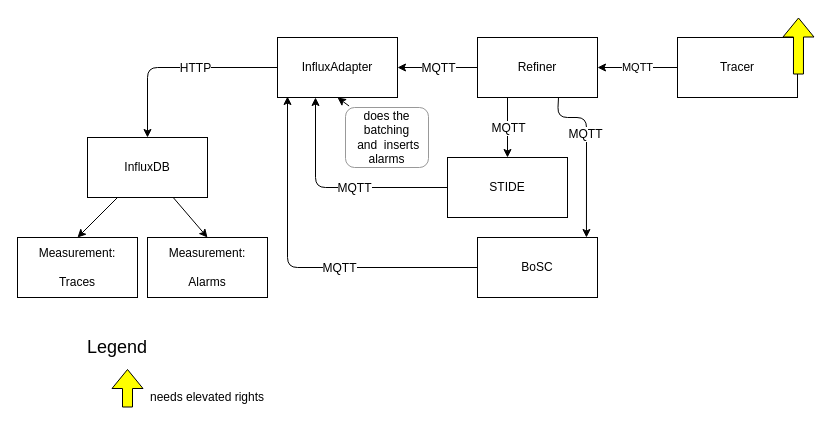
This is rsrcs/hierarchy.drawio from SiegelDaniel/MQTT-IDS-Influx, a draw.io file, before an edit. Source tidied: cells renumbered, new cells numbered last; positions are measured from the earlier drawing's top-left corner, leaving out a move shared by most shapes. Both pictures are drawn from the tidied source at 100%, with x=0, y=0 at pixel (17, 17).
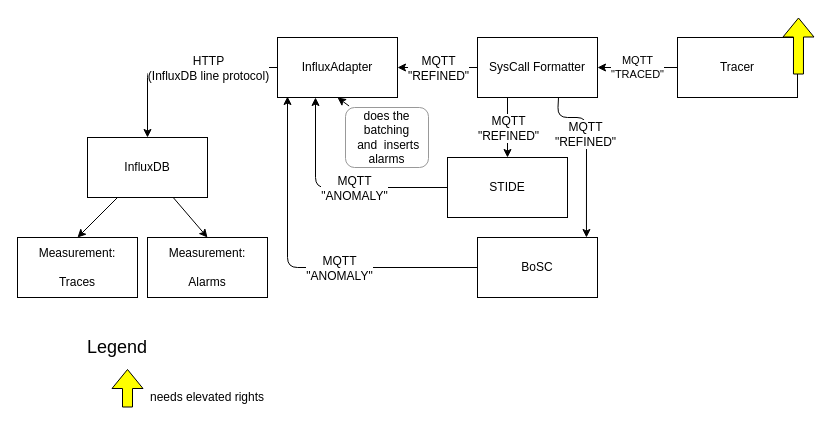
The same diagram, later.

Unchanged cells that the change refers to:
```xml
<mxCell id="4" value="Tracer" style="rounded=0;whiteSpace=wrap;html=1;" parent="1" vertex="1">
  <mxGeometry x="660" y="20" width="120" height="60" as="geometry" />
</mxCell>
<mxCell id="8" style="endArrow=classic;html=1;entryX=1;entryY=0.5;entryDx=0;entryDy=0;" parent="1" edge="1" source="5" target="6">
  <mxGeometry relative="1" as="geometry" />
</mxCell>
<mxCell id="10" style="endArrow=classic;html=1;entryX=0.5;entryY=0;entryDx=0;entryDy=0;" parent="1" edge="1" source="6" target="2">
  <mxGeometry relative="1" as="geometry">
    <Array as="points">
      <mxPoint x="130" y="50" />
    </Array>
  </mxGeometry>
</mxCell>
<mxCell id="13" style="endArrow=classic;html=1;entryX=0.5;entryY=0;entryDx=0;entryDy=0;exitX=0.25;exitY=1;exitDx=0;exitDy=0;" parent="1" edge="1" source="5" target="12">
  <mxGeometry relative="1" as="geometry" />
</mxCell>
<mxCell id="21" style="endArrow=classic;html=1;exitX=0;exitY=0.5;exitDx=0;exitDy=0;" parent="1" edge="1" source="12">
  <mxGeometry relative="1" as="geometry">
    <mxPoint x="298" y="80" as="targetPoint" />
    <Array as="points">
      <mxPoint x="298" y="170" />
    </Array>
  </mxGeometry>
</mxCell>
<mxCell id="24" style="endArrow=classic;html=1;entryX=0.908;entryY=0;entryDx=0;entryDy=0;entryPerimeter=0;exitX=0.675;exitY=1;exitDx=0;exitDy=0;exitPerimeter=0;" parent="1" edge="1" source="5" target="23">
  <mxGeometry relative="1" as="geometry">
    <Array as="points">
      <mxPoint x="540" y="100" />
      <mxPoint x="569" y="100" />
    </Array>
  </mxGeometry>
</mxCell>
<mxCell id="26" style="endArrow=classic;html=1;" parent="1" edge="1" source="23">
  <mxGeometry relative="1" as="geometry">
    <mxPoint x="270" y="79" as="targetPoint" />
    <Array as="points">
      <mxPoint x="270" y="250" />
    </Array>
  </mxGeometry>
</mxCell>
```

What changed in the source:
```diff
@@
-    <mxCell id="5" value="&lt;div&gt;Refiner&lt;/div&gt;" style="rounded=0;whiteSpace=wrap;html=1;" parent="1" vertex="1">
+    <mxCell id="5" value="SysCall Formatter" style="rounded=0;whiteSpace=wrap;html=1;" parent="1" vertex="1">
       <mxGeometry x="460" y="20" width="120" height="60" as="geometry" />
     </mxCell>
@@
-    <mxCell id="7" value="MQTT" style="endArrow=classic;html=1;entryX=1;entryY=0.5;entryDx=0;entryDy=0;" parent="1" edge="1" source="4" target="5">
+    <mxCell id="7" value="MQTT&lt;br&gt;&quot;TRACED&quot;" style="endArrow=classic;html=1;entryX=1;entryY=0.5;entryDx=0;entryDy=0;" parent="1" edge="1" source="4" target="5">
       <mxGeometry relative="1" as="geometry" />
     </mxCell>
@@
-    <mxCell id="9" value="MQTT" style="text;html=1;align=center;verticalAlign=middle;labelBackgroundColor=#ffffff;" parent="8" vertex="1">
-      <mxGeometry x="-0.28" relative="1" as="geometry">
-        <mxPoint x="-11" as="offset" />
-      </mxGeometry>
-    </mxCell>
@@
-    <mxCell id="11" value="HTTP" style="text;html=1;align=center;verticalAlign=middle;labelBackgroundColor=#ffffff;" parent="10" vertex="1">
+    <mxCell id="11" value="HTTP&lt;br&gt;(InfluxDB line protocol)" style="text;html=1;align=center;verticalAlign=middle;labelBackgroundColor=#ffffff;" parent="10" vertex="1">
       <mxGeometry x="-0.26" y="3" relative="1" as="geometry">
-        <mxPoint x="-9" y="-3" as="offset" />
+        <mxPoint x="4" y="-3" as="offset" />
       </mxGeometry>
     </mxCell>
@@
-    <mxCell id="14" value="MQTT" style="text;html=1;align=center;verticalAlign=middle;labelBackgroundColor=#ffffff;" parent="13" vertex="1">
-      <mxGeometry x="-0.28" relative="1" as="geometry">
-        <mxPoint y="8" as="offset" />
-      </mxGeometry>
-    </mxCell>
@@
-    <mxCell id="22" value="MQTT" style="text;html=1;align=center;verticalAlign=middle;labelBackgroundColor=#ffffff;" parent="21" vertex="1">
+    <mxCell id="22" value="MQTT&lt;br&gt;&quot;ANOMALY&quot;" style="text;html=1;align=center;verticalAlign=middle;labelBackgroundColor=#ffffff;" parent="21" vertex="1">
       <mxGeometry x="-0.18" y="3" relative="1" as="geometry">
         <mxPoint x="-3" y="-3" as="offset" />
       </mxGeometry>
     </mxCell>
@@
-    <mxCell id="25" value="MQTT" style="text;html=1;align=center;verticalAlign=middle;labelBackgroundColor=#ffffff;" parent="24" vertex="1">
+    <mxCell id="25" value="MQTT&lt;br&gt;&quot;REFINED&quot;" style="text;html=1;align=center;verticalAlign=middle;labelBackgroundColor=#ffffff;" parent="24" vertex="1">
       <mxGeometry x="-0.22" y="-1" relative="1" as="geometry" />
     </mxCell>
@@
-    <mxCell id="27" value="MQTT" style="text;html=1;align=center;verticalAlign=middle;labelBackgroundColor=#ffffff;" parent="26" vertex="1">
+    <mxCell id="27" value="MQTT &lt;br&gt;&quot;ANOMALY&quot;" style="text;html=1;align=center;verticalAlign=middle;labelBackgroundColor=#ffffff;" parent="26" vertex="1">
       <mxGeometry x="-0.23" relative="1" as="geometry" />
     </mxCell>
@@
+    <mxCell id="31" value="MQTT&lt;br&gt;&quot;REFINED&quot;" style="text;html=1;align=center;verticalAlign=middle;labelBackgroundColor=#ffffff;" parent="1" vertex="1">
+      <mxGeometry x="490" y="110" as="geometry" />
+    </mxCell>
+    <mxCell id="32" value="MQTT&lt;br&gt;&quot;REFINED&quot;" style="text;html=1;align=center;verticalAlign=middle;labelBackgroundColor=#ffffff;" parent="1" vertex="1">
+      <mxGeometry x="420" y="50" as="geometry" />
+    </mxCell>
```
